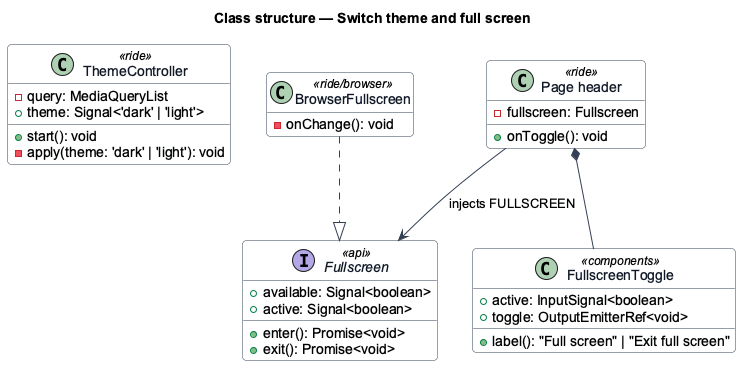
The PlantUML diagram docs/detailed-designs/ui/switch-theme-and-full-screen/diagrams/class-structure.png in QuinntyneBrown/ride-one, before a commit.
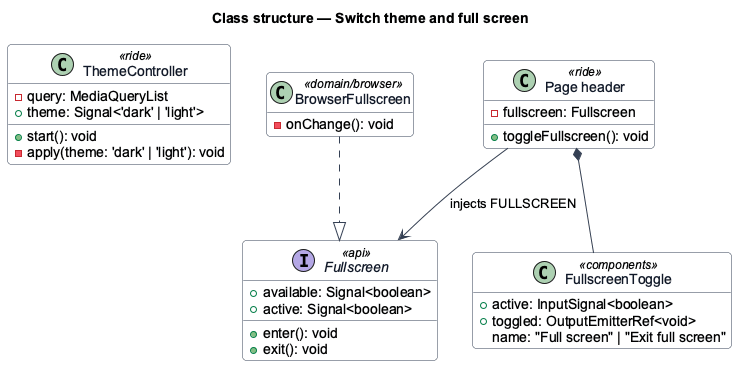
The same diagram one commit later.

The edit, as a diff of the source:
```diff
@@ -21,20 +21,20 @@
 interface Fullscreen <<api>> {
   +available: Signal<boolean>
   +active: Signal<boolean>
-  +enter(): Promise<void>
-  +exit(): Promise<void>
+  +enter(): void
+  +exit(): void
 }
-class BrowserFullscreen <<ride/browser>> {
+class BrowserFullscreen <<domain/browser>> {
   -onChange(): void
 }
 class FullscreenToggle <<components>> {
   +active: InputSignal<boolean>
-  +toggle: OutputEmitterRef<void>
-  +label(): "Full screen" | "Exit full screen"
+  +toggled: OutputEmitterRef<void>
+  name: "Full screen" | "Exit full screen"
 }
 class "Page header" as Header <<ride>> {
   -fullscreen: Fullscreen
-  +onToggle(): void
+  +toggleFullscreen(): void
 }
 BrowserFullscreen ..|> Fullscreen
 Header --> Fullscreen : injects FULLSCREEN
```
